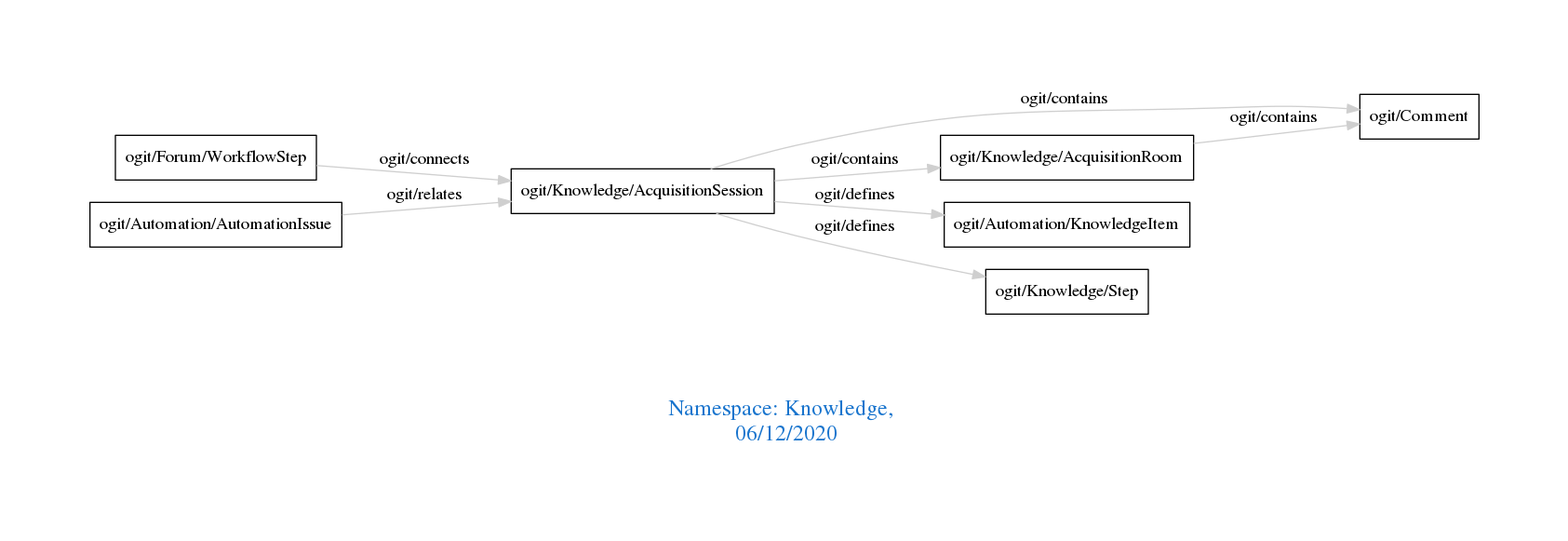
Earlier version of the Graphviz export downloads/Knowledge.png (arago/OGIT). Its source is kept beside it as downloads/Knowledge.dot.
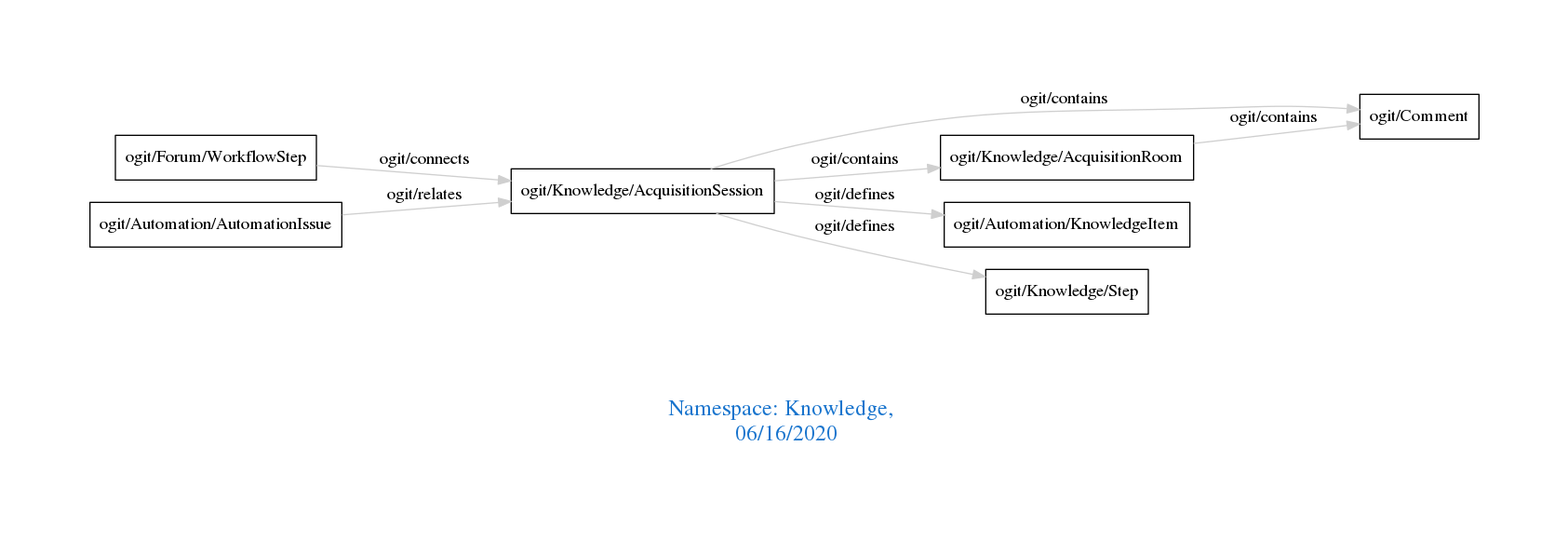
Later version of the same file.

The edit, as a diff of the source:
```diff
@@ -1,7 +1,7 @@
 digraph OGIT_ontology {
  graph [ rankdir= LR,pad=1
 fontsize = 18,
-fontcolor= dodgerblue3,label = "\n\n\nNamespace: Knowledge, \n 06/12/2020"];
+fontcolor= dodgerblue3,label = "\n\n\nNamespace: Knowledge, \n 06/16/2020"];
 node[shape=polygon];
 edge [  color="gray81"];
 
```
